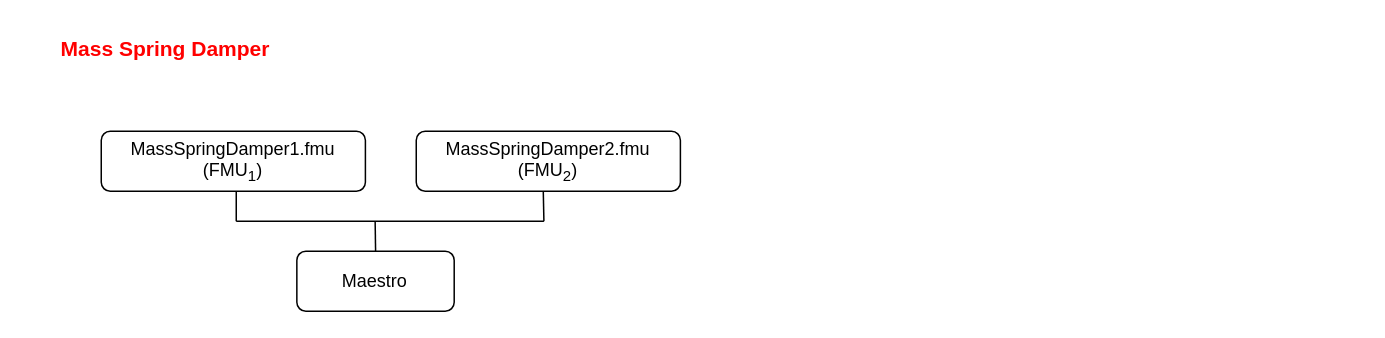
INTO-CPS-Association/DTaaS keeps this draw.io diagram as docs/user/examples/examples.drawio. Above is the earlier version. Source tidied: cells renumbered, new cells numbered last; positions are measured from the earlier drawing's top-left corner, leaving out a move shared by most shapes. Both pictures are drawn from the tidied source at 150%, with x=0, y=0 at pixel (24, 26).
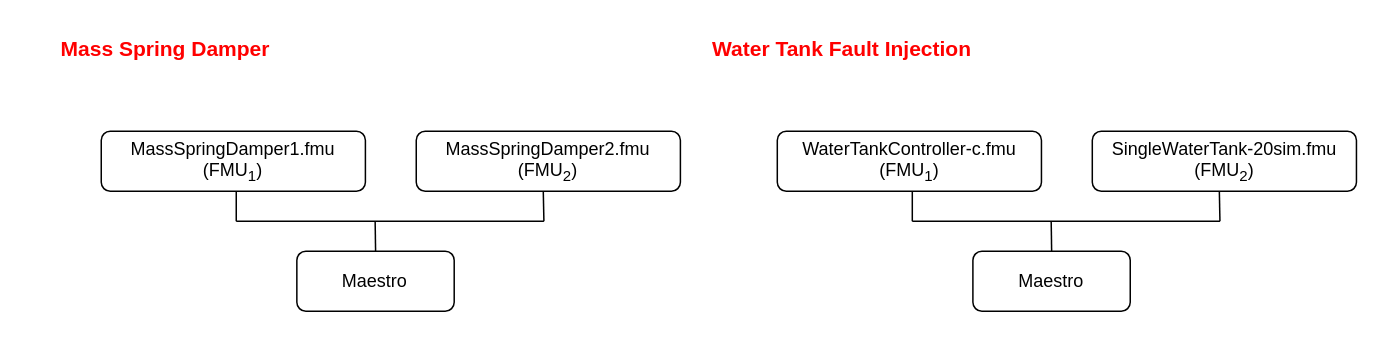
The same diagram, later.

The edit, as a diff of the source:
```diff
@@
+    <mxCell id="11" value="&lt;font color=&quot;#ff0000&quot;&gt;&lt;span style=&quot;font-size: 14px;&quot;&gt;&lt;b&gt;Water Tank Fault Injection&lt;/b&gt;&lt;/span&gt;&lt;/font&gt;" style="text;html=1;strokeColor=none;fillColor=none;align=center;verticalAlign=middle;whiteSpace=wrap;rounded=0;" parent="1" vertex="1">
+      <mxGeometry x="451" width="187.8" height="30" as="geometry" />
+    </mxCell>
+    <mxCell id="12" style="group;" parent="1" vertex="1">
+      <mxGeometry x="501.7" y="70" width="386.1" height="120" as="geometry" />
+    </mxCell>
+    <mxCell id="13" value="Maestro" style="rounded=1;whiteSpace=wrap;html=1;" parent="12" vertex="1">
+      <mxGeometry x="130.4" y="80" width="104.9" height="40" as="geometry" />
+    </mxCell>
+    <mxCell id="14" value="WaterTankController-c.fmu&lt;br&gt;(FMU&lt;sub&gt;1&lt;/sub&gt;)" style="rounded=1;whiteSpace=wrap;html=1;" parent="12" vertex="1">
+      <mxGeometry width="176.1" height="40" as="geometry" />
+    </mxCell>
+    <mxCell id="15" style="endArrow=none;html=1;rounded=0;" parent="12" edge="1">
+      <mxGeometry relative="1" as="geometry">
+        <mxPoint x="90" y="60" as="sourcePoint" />
+        <mxPoint x="295.1" y="60" as="targetPoint" />
+      </mxGeometry>
+    </mxCell>
+    <mxCell id="16" style="endArrow=none;html=1;rounded=0;" parent="12" edge="1">
+      <mxGeometry relative="1" as="geometry">
+        <mxPoint x="90" y="40" as="sourcePoint" />
+        <mxPoint x="90" y="60" as="targetPoint" />
+        <Array as="points">
+          <mxPoint x="90" y="40" />
+        </Array>
+      </mxGeometry>
+    </mxCell>
+    <mxCell id="17" style="endArrow=none;html=1;rounded=0;exitX=0.375;exitY=1.057;exitDx=0;exitDy=0;exitPerimeter=0;" parent="12" edge="1">
+      <mxGeometry relative="1" as="geometry">
+        <mxPoint x="182.6" y="60.3" as="sourcePoint" />
+        <mxPoint x="182.9" y="80" as="targetPoint" />
+      </mxGeometry>
+    </mxCell>
+    <mxCell id="18" style="endArrow=none;html=1;rounded=0;exitX=0.375;exitY=1.057;exitDx=0;exitDy=0;exitPerimeter=0;" parent="12" edge="1">
+      <mxGeometry relative="1" as="geometry">
+        <mxPoint x="294.7" y="40.3" as="sourcePoint" />
+        <mxPoint x="295.1" y="60" as="targetPoint" />
+      </mxGeometry>
+    </mxCell>
+    <mxCell id="19" value="SingleWaterTank-20sim.fmu&lt;br&gt;(FMU&lt;sub&gt;2&lt;/sub&gt;)" style="rounded=1;whiteSpace=wrap;html=1;" parent="12" vertex="1">
+      <mxGeometry x="210" width="176.1" height="40" as="geometry" />
+    </mxCell>
```
